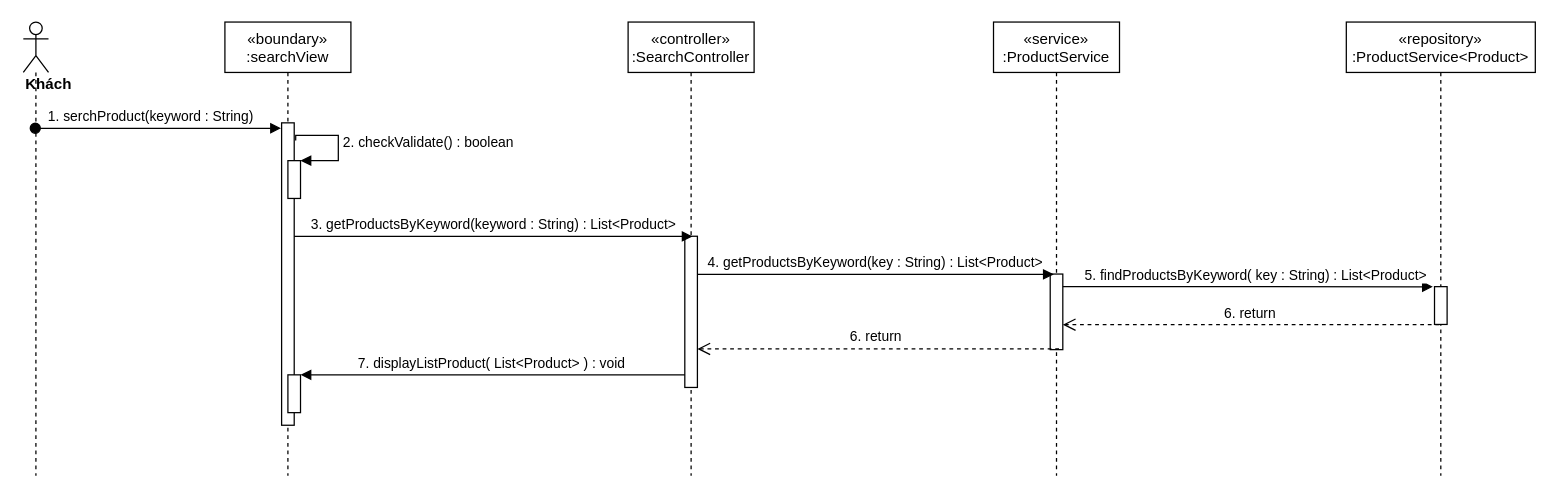
nguyenphamvan/datn_20202 keeps this draw.io diagram as sequence diagram/search-product-sequence.drawio. Above is the earlier version. Source tidied: cells renumbered, new cells numbered last; positions are measured from the earlier drawing's top-left corner, leaving out a move shared by most shapes. Both pictures are drawn from the tidied source at 126%, with x=0, y=0 at pixel (23, 21).
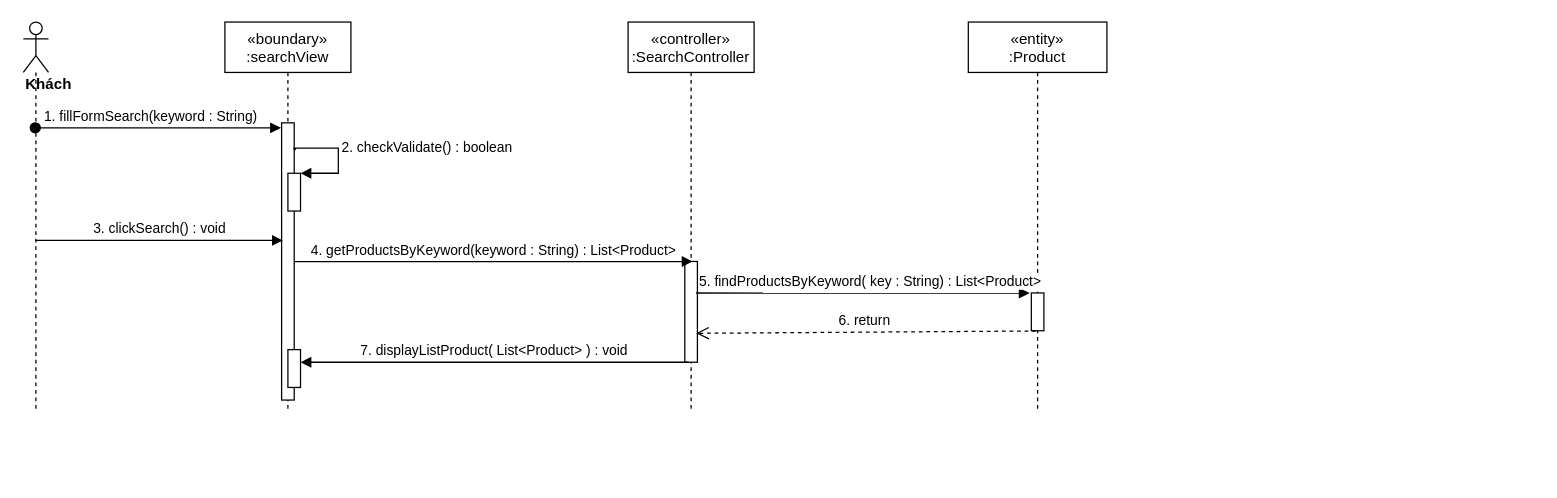
The same page after the edit.

The edit, as a diff of the source:
```diff
@@
     <mxCell id="2" value="«boundary»&#10;:searchView" style="shape=umlLifeline;perimeter=lifelinePerimeter;rounded=0;shadow=0;strokeWidth=1;" parent="1" vertex="1">
-      <mxGeometry x="160" width="100" height="360" as="geometry" />
+      <mxGeometry x="160" width="100" height="310" as="geometry" />
     </mxCell>
     <mxCell id="3" style="points=[];perimeter=orthogonalPerimeter;rounded=0;shadow=0;strokeWidth=1;" parent="2" vertex="1">
-      <mxGeometry x="45" y="80" width="10" height="240" as="geometry" />
+      <mxGeometry x="45" y="80" width="10" height="220" as="geometry" />
     </mxCell>
     <mxCell id="4" style="html=1;points=[];perimeter=orthogonalPerimeter;" parent="2" vertex="1">
-      <mxGeometry x="50" y="110" width="10" height="30" as="geometry" />
+      <mxGeometry x="50" y="120" width="10" height="30" as="geometry" />
     </mxCell>
-    <mxCell id="5" value="2. checkValidate() : boolean" style="edgeStyle=orthogonalEdgeStyle;html=1;align=left;spacingLeft=2;endArrow=block;rounded=0;entryX=1;entryY=0;exitX=1.117;exitY=0.058;exitDx=0;exitDy=0;exitPerimeter=0;" parent="2" edge="1" source="3" target="4">
-      <mxGeometry relative="1" as="geometry">
+    <mxCell id="5" value="2. checkValidate() : boolean" style="edgeStyle=orthogonalEdgeStyle;html=1;align=left;spacingLeft=2;endArrow=block;rounded=0;entryX=1;entryY=0;exitX=1;exitY=0.088;exitDx=0;exitDy=0;exitPerimeter=0;" parent="2" edge="1" source="3" target="4">
+      <mxGeometry x="-0.16" relative="1" as="geometry">
         <Array as="points">
-          <mxPoint x="56" y="90" />
-          <mxPoint x="90" y="90" />
-          <mxPoint x="90" y="110" />
+          <mxPoint x="56" y="101" />
+          <mxPoint x="56" y="100" />
+          <mxPoint x="90" y="100" />
+          <mxPoint x="90" y="120" />
         </Array>
       </mxGeometry>
     </mxCell>
     <mxCell id="6" value="«controller»&#10;:SearchController" style="shape=umlLifeline;perimeter=lifelinePerimeter;rounded=0;shadow=0;strokeWidth=1;" parent="1" vertex="1">
-      <mxGeometry x="480" width="100" height="360" as="geometry" />
+      <mxGeometry x="480" width="100" height="310" as="geometry" />
     </mxCell>
     <mxCell id="7" style="points=[];perimeter=orthogonalPerimeter;rounded=0;shadow=0;strokeWidth=1;" parent="6" vertex="1">
-      <mxGeometry x="45" y="170" width="10" height="120" as="geometry" />
+      <mxGeometry x="45" y="190" width="10" height="80" as="geometry" />
     </mxCell>
     <mxCell id="8" value="&lt;div&gt;&lt;b&gt;Khách&lt;/b&gt;&lt;/div&gt;" style="shape=umlLifeline;participant=umlActor;perimeter=lifelinePerimeter;whiteSpace=wrap;html=1;verticalAlign=top;spacingTop=36;outlineConnect=0;align=left;" parent="1" vertex="1">
-      <mxGeometry width="20" height="360" as="geometry" />
+      <mxGeometry width="20" height="310" as="geometry" />
     </mxCell>
-    <mxCell id="9" value="1. serchProduct(keyword : String)" style="verticalAlign=bottom;startArrow=oval;endArrow=block;startSize=8;shadow=0;strokeWidth=1;entryX=-0.05;entryY=0.018;entryDx=0;entryDy=0;entryPerimeter=0;" parent="1" edge="1" source="8" target="3">
+    <mxCell id="9" value="1. fillFormSearch(keyword : String)" style="verticalAlign=bottom;startArrow=oval;endArrow=block;startSize=8;shadow=0;strokeWidth=1;entryX=-0.05;entryY=0.018;entryDx=0;entryDy=0;entryPerimeter=0;" parent="1" edge="1" source="8" target="3">
       <mxGeometry x="-0.06" relative="1" as="geometry" />
     </mxCell>
-    <mxCell id="10" value="«service»&#10;:ProductService" style="shape=umlLifeline;perimeter=lifelinePerimeter;rounded=0;shadow=0;strokeWidth=1;" parent="1" vertex="1">
-      <mxGeometry x="770" width="100" height="360" as="geometry" />
-    </mxCell>
-    <mxCell id="11" style="points=[];perimeter=orthogonalPerimeter;rounded=0;shadow=0;strokeWidth=1;" parent="10" vertex="1">
-      <mxGeometry x="45" y="200" width="10" height="60" as="geometry" />
-    </mxCell>
-    <mxCell id="12" value="3. getProductsByKeyword(keyword : String) : List&amp;lt;Product&amp;gt;" style="html=1;verticalAlign=bottom;endArrow=block;entryX=0.617;entryY=0.001;entryDx=0;entryDy=0;entryPerimeter=0;" parent="1" edge="1" source="3" target="7">
+    <mxCell id="12" value="4. getProductsByKeyword(keyword : String) : List&amp;lt;Product&amp;gt;" style="html=1;verticalAlign=bottom;endArrow=block;entryX=0.617;entryY=0.001;entryDx=0;entryDy=0;entryPerimeter=0;" parent="1" edge="1" source="3" target="7">
       <mxGeometry relative="1" as="geometry" />
     </mxCell>
-    <mxCell id="13" value="4. getProductsByKeyword(key : String) : List&amp;lt;Product&amp;gt;" style="html=1;verticalAlign=bottom;endArrow=block;entryX=0.283;entryY=0.004;entryDx=0;entryDy=0;entryPerimeter=0;" parent="1" edge="1" source="7" target="11">
-      <mxGeometry relative="1" as="geometry" />
-    </mxCell>
-    <mxCell id="14" value="«repository»&#10;:ProductService&lt;Product&gt;" style="shape=umlLifeline;perimeter=lifelinePerimeter;rounded=0;shadow=0;strokeWidth=1;" parent="1" vertex="1">
-      <mxGeometry x="1050" width="150" height="360" as="geometry" />
+    <mxCell id="14" value="«entity»&#10;:Product" style="shape=umlLifeline;perimeter=lifelinePerimeter;rounded=0;shadow=0;strokeWidth=1;" parent="1" vertex="1">
+      <mxGeometry x="750" width="110" height="310" as="geometry" />
     </mxCell>
     <mxCell id="15" style="points=[];perimeter=orthogonalPerimeter;rounded=0;shadow=0;strokeWidth=1;" parent="14" vertex="1">
-      <mxGeometry x="70" y="210" width="10" height="30" as="geometry" />
+      <mxGeometry x="50" y="215" width="10" height="30" as="geometry" />
     </mxCell>
-    <mxCell id="16" value="5. findProductsByKeyword( key : String) : List&amp;lt;Product&amp;gt;" style="html=1;verticalAlign=bottom;endArrow=block;entryX=-0.133;entryY=0.004;entryDx=0;entryDy=0;entryPerimeter=0;" parent="1" edge="1" target="15">
-      <mxGeometry x="0.04" relative="1" as="geometry">
-        <mxPoint x="825" y="210" as="sourcePoint" />
-      </mxGeometry>
+    <mxCell id="16" value="5. findProductsByKeyword( key : String) : List&amp;lt;Product&amp;gt;" style="html=1;verticalAlign=bottom;endArrow=block;entryX=-0.133;entryY=0.004;entryDx=0;entryDy=0;entryPerimeter=0;exitX=0.9;exitY=0.313;exitDx=0;exitDy=0;exitPerimeter=0;" parent="1" edge="1" source="7" target="15">
+      <mxGeometry x="0.04" relative="1" as="geometry" />
     </mxCell>
-    <mxCell id="17" value="6. return&amp;nbsp;" style="html=1;verticalAlign=bottom;endArrow=open;dashed=1;endSize=8;exitX=0.367;exitY=1.006;exitDx=0;exitDy=0;exitPerimeter=0;" parent="1" edge="1" source="15" target="11">
+    <mxCell id="17" value="6. return&amp;nbsp;" style="html=1;verticalAlign=bottom;endArrow=open;dashed=1;endSize=8;exitX=0.367;exitY=1.006;exitDx=0;exitDy=0;exitPerimeter=0;entryX=0.9;entryY=0.713;entryDx=0;entryDy=0;entryPerimeter=0;" parent="1" edge="1" source="15" target="7">
       <mxGeometry relative="1" as="geometry" />
     </mxCell>
-    <mxCell id="18" value="6. return&amp;nbsp;" style="html=1;verticalAlign=bottom;endArrow=open;dashed=1;endSize=8;exitX=0.7;exitY=0.99;exitDx=0;exitDy=0;exitPerimeter=0;" parent="1" edge="1" source="11" target="7">
-      <mxGeometry relative="1" as="geometry" />
-    </mxCell>
-    <mxCell id="19" value="7. displayListProduct( List&lt;Product&gt; ) : void" style="verticalAlign=bottom;endArrow=block;shadow=0;strokeWidth=1;" parent="1" edge="1" source="7" target="20">
+    <mxCell id="19" value="7. displayListProduct( List&lt;Product&gt; ) : void" style="verticalAlign=bottom;endArrow=block;shadow=0;strokeWidth=1;exitX=0.3;exitY=1;exitDx=0;exitDy=0;exitPerimeter=0;" parent="1" edge="1" source="7" target="20">
       <mxGeometry relative="1" as="geometry" />
     </mxCell>
     <mxCell id="20" style="html=1;points=[];perimeter=orthogonalPerimeter;" parent="1" vertex="1">
-      <mxGeometry x="210" y="280" width="10" height="30" as="geometry" />
+      <mxGeometry x="210" y="260" width="10" height="30" as="geometry" />
     </mxCell>
+    <mxCell id="21" value="3. clickSearch() : void" style="html=1;verticalAlign=bottom;endArrow=block;entryX=0.1;entryY=0.424;entryDx=0;entryDy=0;entryPerimeter=0;" parent="1" edge="1" source="8" target="3">
+      <mxGeometry relative="1" as="geometry" />
+    </mxCell>
```
